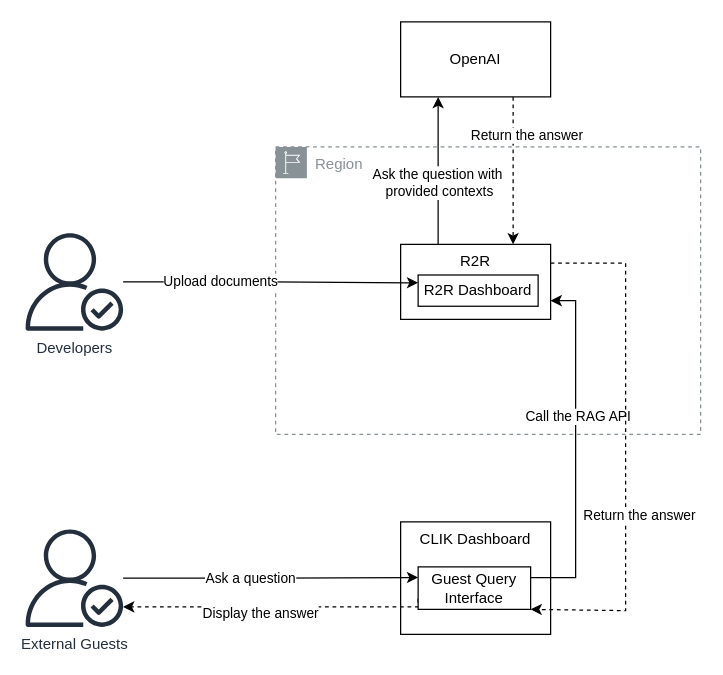
This is page "Page-1" (1 of 5) of Help Center Buddy.drawio from yaohuiwu/SimpleFS, a draw.io file, before an edit. Source tidied: cells renumbered, new cells numbered last; positions are measured from the earlier drawing's top-left corner, leaving out a move shared by most shapes. Both pictures are drawn from the tidied source at 125%, with x=0, y=0 at pixel (25, 21).
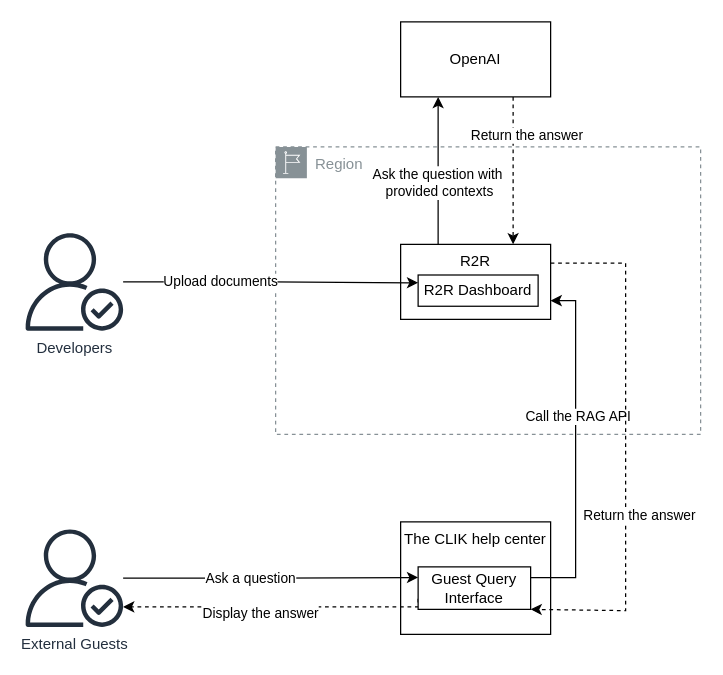
Above is the later version.

The edit, as a diff of the source:
```diff
@@
-    <mxCell id="6" value="CLIK Dashboard" style="rounded=0;whiteSpace=wrap;html=1;verticalAlign=top;" parent="1" vertex="1">
+    <mxCell id="6" value="The CLIK help center" style="rounded=0;whiteSpace=wrap;html=1;verticalAlign=top;" parent="1" vertex="1">
       <mxGeometry x="300" y="400" width="120" height="90" as="geometry" />
     </mxCell>
```
